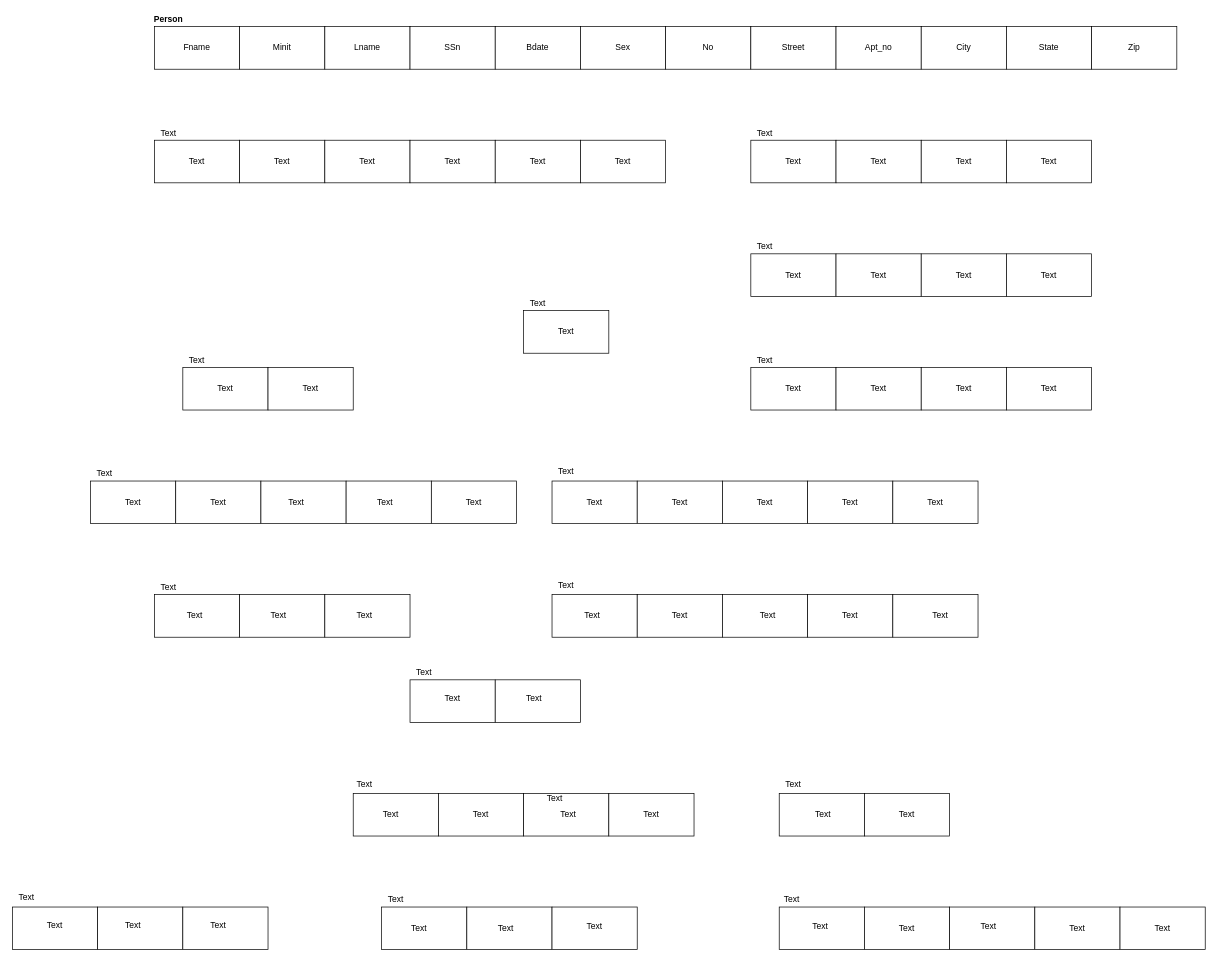
Above: Lab 3 University Database RS Part 2.drawio in MuhammadIrfan92/Database-Engineering-Semester-7 (draw.io), before the change. Source tidied: cells renumbered, new cells numbered last; positions are measured from the earlier drawing's top-left corner, leaving out a move shared by most shapes. Both pictures are drawn from the tidied source at 71%, with x=0, y=0 at pixel (12, 12).
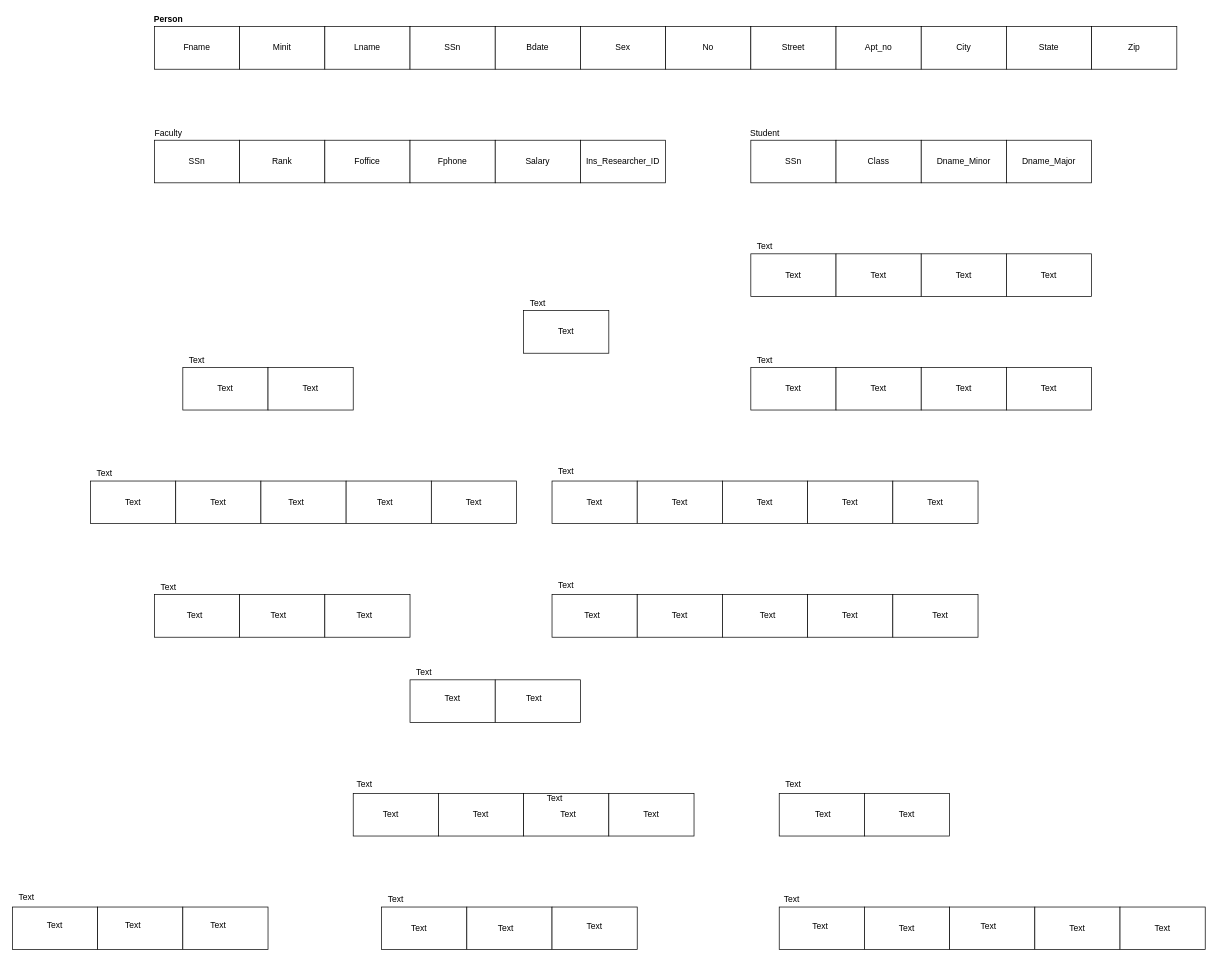
The same page after the edit.

Change to the diagram source:
```diff
@@
-    <mxCell id="85" value="Text" style="text;html=1;strokeColor=none;fillColor=none;align=center;verticalAlign=middle;whiteSpace=wrap;rounded=0;" parent="1" vertex="1">
+    <mxCell id="85" value="Student" style="text;html=1;strokeColor=none;fillColor=none;align=center;verticalAlign=middle;whiteSpace=wrap;rounded=0;" parent="1" vertex="1">
       <mxGeometry x="1040" y="160" width="40" height="20" as="geometry" />
     </mxCell>
-    <mxCell id="86" value="Text" style="text;html=1;strokeColor=none;fillColor=none;align=center;verticalAlign=middle;whiteSpace=wrap;rounded=0;" parent="1" vertex="1">
+    <mxCell id="86" value="Ins_Researcher_ID" style="text;html=1;strokeColor=none;fillColor=none;align=center;verticalAlign=middle;whiteSpace=wrap;rounded=0;" parent="1" vertex="1">
       <mxGeometry x="840" y="200" width="40" height="20" as="geometry" />
     </mxCell>
-    <mxCell id="87" value="Text" style="text;html=1;strokeColor=none;fillColor=none;align=center;verticalAlign=middle;whiteSpace=wrap;rounded=0;" parent="1" vertex="1">
+    <mxCell id="87" value="Salary" style="text;html=1;strokeColor=none;fillColor=none;align=center;verticalAlign=middle;whiteSpace=wrap;rounded=0;" parent="1" vertex="1">
       <mxGeometry x="720" y="200" width="40" height="20" as="geometry" />
     </mxCell>
-    <mxCell id="88" value="Text" style="text;html=1;strokeColor=none;fillColor=none;align=center;verticalAlign=middle;whiteSpace=wrap;rounded=0;" parent="1" vertex="1">
+    <mxCell id="88" value="Fphone" style="text;html=1;strokeColor=none;fillColor=none;align=center;verticalAlign=middle;whiteSpace=wrap;rounded=0;" parent="1" vertex="1">
       <mxGeometry x="600" y="200" width="40" height="20" as="geometry" />
     </mxCell>
-    <mxCell id="89" value="Text" style="text;html=1;strokeColor=none;fillColor=none;align=center;verticalAlign=middle;whiteSpace=wrap;rounded=0;" parent="1" vertex="1">
+    <mxCell id="89" value="Foffice" style="text;html=1;strokeColor=none;fillColor=none;align=center;verticalAlign=middle;whiteSpace=wrap;rounded=0;" parent="1" vertex="1">
       <mxGeometry x="480" y="200" width="40" height="20" as="geometry" />
     </mxCell>
-    <mxCell id="90" value="Text" style="text;html=1;strokeColor=none;fillColor=none;align=center;verticalAlign=middle;whiteSpace=wrap;rounded=0;" parent="1" vertex="1">
+    <mxCell id="90" value="Rank" style="text;html=1;strokeColor=none;fillColor=none;align=center;verticalAlign=middle;whiteSpace=wrap;rounded=0;" parent="1" vertex="1">
       <mxGeometry x="360" y="200" width="40" height="20" as="geometry" />
     </mxCell>
-    <mxCell id="91" value="Text" style="text;html=1;strokeColor=none;fillColor=none;align=center;verticalAlign=middle;whiteSpace=wrap;rounded=0;" parent="1" vertex="1">
+    <mxCell id="91" value="SSn" style="text;html=1;strokeColor=none;fillColor=none;align=center;verticalAlign=middle;whiteSpace=wrap;rounded=0;" parent="1" vertex="1">
       <mxGeometry x="240" y="200" width="40" height="20" as="geometry" />
     </mxCell>
-    <mxCell id="92" value="Text" style="text;html=1;strokeColor=none;fillColor=none;align=center;verticalAlign=middle;whiteSpace=wrap;rounded=0;" parent="1" vertex="1">
+    <mxCell id="92" value="Faculty" style="text;html=1;strokeColor=none;fillColor=none;align=center;verticalAlign=middle;whiteSpace=wrap;rounded=0;" parent="1" vertex="1">
       <mxGeometry x="200" y="160" width="40" height="20" as="geometry" />
     </mxCell>
-    <mxCell id="93" value="Text" style="text;html=1;strokeColor=none;fillColor=none;align=center;verticalAlign=middle;whiteSpace=wrap;rounded=0;" parent="1" vertex="1">
+    <mxCell id="93" value="Dname_Major" style="text;html=1;strokeColor=none;fillColor=none;align=center;verticalAlign=middle;whiteSpace=wrap;rounded=0;" parent="1" vertex="1">
       <mxGeometry x="1440" y="200" width="40" height="20" as="geometry" />
     </mxCell>
-    <mxCell id="94" value="Text" style="text;html=1;strokeColor=none;fillColor=none;align=center;verticalAlign=middle;whiteSpace=wrap;rounded=0;" parent="1" vertex="1">
+    <mxCell id="94" value="Dname_Minor" style="text;html=1;strokeColor=none;fillColor=none;align=center;verticalAlign=middle;whiteSpace=wrap;rounded=0;" parent="1" vertex="1">
       <mxGeometry x="1320" y="200" width="40" height="20" as="geometry" />
     </mxCell>
-    <mxCell id="95" value="Text" style="text;html=1;strokeColor=none;fillColor=none;align=center;verticalAlign=middle;whiteSpace=wrap;rounded=0;" parent="1" vertex="1">
+    <mxCell id="95" value="Class" style="text;html=1;strokeColor=none;fillColor=none;align=center;verticalAlign=middle;whiteSpace=wrap;rounded=0;" parent="1" vertex="1">
       <mxGeometry x="1200" y="200" width="40" height="20" as="geometry" />
     </mxCell>
-    <mxCell id="96" value="Text" style="text;html=1;strokeColor=none;fillColor=none;align=center;verticalAlign=middle;whiteSpace=wrap;rounded=0;" parent="1" vertex="1">
+    <mxCell id="96" value="SSn" style="text;html=1;strokeColor=none;fillColor=none;align=center;verticalAlign=middle;whiteSpace=wrap;rounded=0;" parent="1" vertex="1">
       <mxGeometry x="1080" y="200" width="40" height="20" as="geometry" />
     </mxCell>
```
